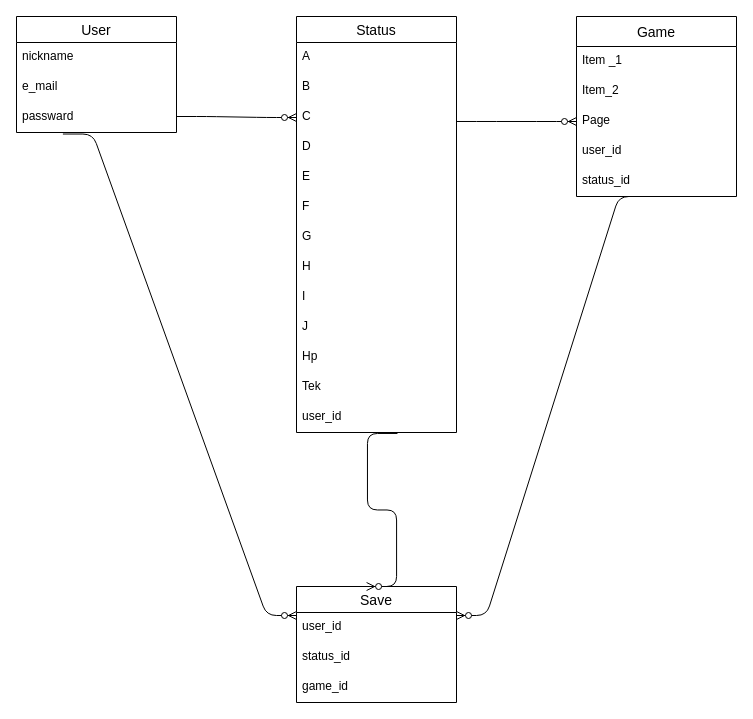
The draw.io diagram ER.dio in TercoTuckerd/gamebook-1, before the edit. Source tidied: cells renumbered, new cells numbered last; positions are measured from the earlier drawing's top-left corner, leaving out a move shared by most shapes. Both pictures are drawn from the tidied source at 100%, with x=0, y=0 at pixel (16, 16).
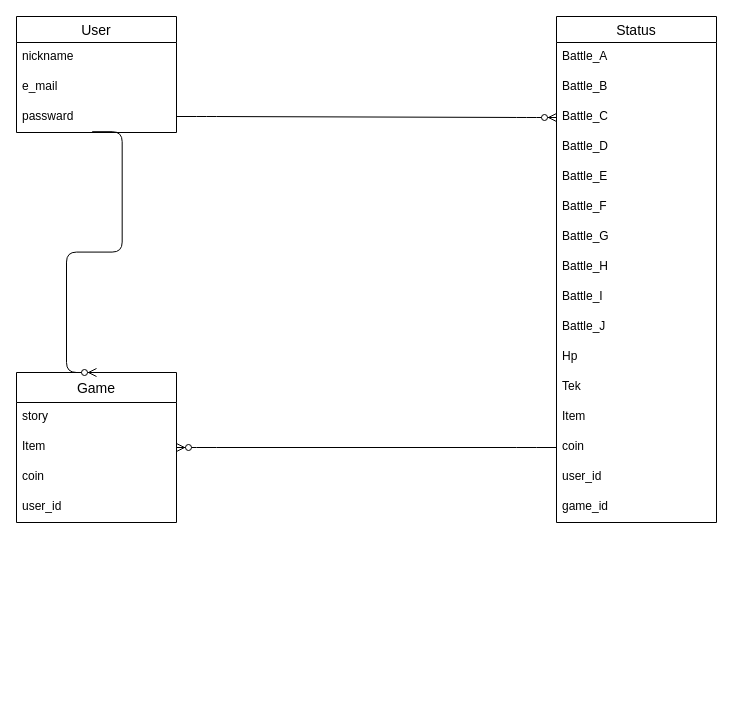
After the change.

The change refers to these unchanged cells:
```xml
<mxCell id="5" value="passward&#10;" style="text;strokeColor=none;fillColor=none;spacingLeft=4;spacingRight=4;overflow=hidden;points=[[0,0.5],[1,0.5]];portConstraint=eastwest;fontSize=12;" parent="2" vertex="1">
  <mxGeometry y="86" width="160" height="30" as="geometry" />
</mxCell>
```

Diff of the diagram source:
```diff
@@
     <mxCell id="6" value="Status" style="swimlane;fontStyle=0;horizontal=1;startSize=26;align=center;fontSize=14;" parent="1" vertex="1">
-      <mxGeometry x="280" width="160" height="416" as="geometry" />
+      <mxGeometry x="540" width="160" height="506" as="geometry" />
     </mxCell>
-    <mxCell id="7" value="A" style="text;strokeColor=none;fillColor=none;spacingLeft=4;spacingRight=4;overflow=hidden;fontSize=12;" parent="6" vertex="1">
+    <mxCell id="7" value="Battle_A" style="text;strokeColor=none;fillColor=none;spacingLeft=4;spacingRight=4;overflow=hidden;fontSize=12;" parent="6" vertex="1">
       <mxGeometry y="26" width="160" height="30" as="geometry" />
     </mxCell>
-    <mxCell id="8" value="B" style="text;strokeColor=none;fillColor=none;spacingLeft=4;spacingRight=4;overflow=hidden;fontSize=12;" parent="6" vertex="1">
+    <mxCell id="8" value="Battle_B" style="text;strokeColor=none;fillColor=none;spacingLeft=4;spacingRight=4;overflow=hidden;fontSize=12;" parent="6" vertex="1">
       <mxGeometry y="56" width="160" height="30" as="geometry" />
     </mxCell>
-    <mxCell id="9" value="C" style="text;strokeColor=none;fillColor=none;spacingLeft=4;spacingRight=4;overflow=hidden;points=[[0,0.5],[1,0.5]];portConstraint=eastwest;fontSize=12;" parent="6" vertex="1">
+    <mxCell id="9" value="Battle_C" style="text;strokeColor=none;fillColor=none;spacingLeft=4;spacingRight=4;overflow=hidden;points=[[0,0.5],[1,0.5]];portConstraint=eastwest;fontSize=12;" parent="6" vertex="1">
       <mxGeometry y="86" width="160" height="30" as="geometry" />
     </mxCell>
-    <mxCell id="10" value="D" style="text;strokeColor=none;fillColor=none;spacingLeft=4;spacingRight=4;overflow=hidden;fontSize=12;" parent="6" vertex="1">
+    <mxCell id="10" value="Battle_D" style="text;strokeColor=none;fillColor=none;spacingLeft=4;spacingRight=4;overflow=hidden;fontSize=12;" parent="6" vertex="1">
       <mxGeometry y="116" width="160" height="30" as="geometry" />
     </mxCell>
-    <mxCell id="11" value="E" style="text;strokeColor=none;fillColor=none;spacingLeft=4;spacingRight=4;overflow=hidden;fontSize=12;" parent="6" vertex="1">
+    <mxCell id="11" value="Battle_E" style="text;strokeColor=none;fillColor=none;spacingLeft=4;spacingRight=4;overflow=hidden;fontSize=12;" parent="6" vertex="1">
       <mxGeometry y="146" width="160" height="30" as="geometry" />
     </mxCell>
-    <mxCell id="12" value="F" style="text;strokeColor=none;fillColor=none;spacingLeft=4;spacingRight=4;overflow=hidden;fontSize=12;" parent="6" vertex="1">
+    <mxCell id="12" value="Battle_F" style="text;strokeColor=none;fillColor=none;spacingLeft=4;spacingRight=4;overflow=hidden;fontSize=12;" parent="6" vertex="1">
       <mxGeometry y="176" width="160" height="30" as="geometry" />
     </mxCell>
-    <mxCell id="13" value="G" style="text;strokeColor=none;fillColor=none;spacingLeft=4;spacingRight=4;overflow=hidden;fontSize=12;" parent="6" vertex="1">
+    <mxCell id="13" value="Battle_G" style="text;strokeColor=none;fillColor=none;spacingLeft=4;spacingRight=4;overflow=hidden;fontSize=12;" parent="6" vertex="1">
       <mxGeometry y="206" width="160" height="30" as="geometry" />
     </mxCell>
-    <mxCell id="14" value="H" style="text;strokeColor=none;fillColor=none;spacingLeft=4;spacingRight=4;overflow=hidden;fontSize=12;" parent="6" vertex="1">
+    <mxCell id="14" value="Battle_H" style="text;strokeColor=none;fillColor=none;spacingLeft=4;spacingRight=4;overflow=hidden;fontSize=12;" parent="6" vertex="1">
       <mxGeometry y="236" width="160" height="30" as="geometry" />
     </mxCell>
-    <mxCell id="15" value="I" style="text;strokeColor=none;fillColor=none;spacingLeft=4;spacingRight=4;overflow=hidden;fontSize=12;" parent="6" vertex="1">
+    <mxCell id="15" value="Battle_I" style="text;strokeColor=none;fillColor=none;spacingLeft=4;spacingRight=4;overflow=hidden;fontSize=12;" parent="6" vertex="1">
       <mxGeometry y="266" width="160" height="30" as="geometry" />
     </mxCell>
-    <mxCell id="16" value="J" style="text;strokeColor=none;fillColor=none;spacingLeft=4;spacingRight=4;overflow=hidden;fontSize=12;" parent="6" vertex="1">
+    <mxCell id="16" value="Battle_J" style="text;strokeColor=none;fillColor=none;spacingLeft=4;spacingRight=4;overflow=hidden;fontSize=12;" parent="6" vertex="1">
       <mxGeometry y="296" width="160" height="30" as="geometry" />
     </mxCell>
@@
+    <mxCell id="35" value="Item" style="text;strokeColor=none;fillColor=none;spacingLeft=4;spacingRight=4;overflow=hidden;fontSize=12;" parent="6" vertex="1">
+      <mxGeometry y="386" width="160" height="30" as="geometry" />
+    </mxCell>
+    <mxCell id="36" value="coin" style="text;strokeColor=none;fillColor=none;spacingLeft=4;spacingRight=4;overflow=hidden;points=[[0,0.5],[1,0.5]];portConstraint=eastwest;fontSize=12;" parent="6" vertex="1">
+      <mxGeometry y="416" width="160" height="30" as="geometry" />
+    </mxCell>
     <mxCell id="19" value="user_id" style="text;strokeColor=none;fillColor=none;spacingLeft=4;spacingRight=4;overflow=hidden;points=[[0,0.5],[1,0.5]];portConstraint=eastwest;fontSize=12;" parent="6" vertex="1">
-      <mxGeometry y="386" width="160" height="30" as="geometry" />
+      <mxGeometry y="446" width="160" height="30" as="geometry" />
     </mxCell>
+    <mxCell id="29" value="game_id" style="text;strokeColor=none;fillColor=none;spacingLeft=4;spacingRight=4;overflow=hidden;fontSize=12;" parent="6" vertex="1">
+      <mxGeometry y="476" width="160" height="30" as="geometry" />
+    </mxCell>
     <mxCell id="20" value="Game" style="swimlane;fontStyle=0;horizontal=1;startSize=30;align=center;fontSize=14;" parent="1" vertex="1">
-      <mxGeometry x="560" width="160" height="180" as="geometry" />
+      <mxGeometry y="356" width="160" height="150" as="geometry" />
     </mxCell>
+    <mxCell id="23" value="story" style="text;strokeColor=none;fillColor=none;spacingLeft=4;spacingRight=4;overflow=hidden;points=[[0,0.5],[1,0.5]];portConstraint=eastwest;fontSize=12;" parent="20" vertex="1">
+      <mxGeometry y="30" width="160" height="30" as="geometry" />
+    </mxCell>
-    <mxCell id="21" value="Item _1" style="text;strokeColor=none;fillColor=none;spacingLeft=4;spacingRight=4;overflow=hidden;points=[[0,0.5],[1,0.5]];portConstraint=eastwest;fontSize=12;" parent="20" vertex="1">
-      <mxGeometry y="30" width="160" height="30" as="geometry" />
+    <mxCell id="21" value="Item " style="text;strokeColor=none;fillColor=none;spacingLeft=4;spacingRight=4;overflow=hidden;points=[[0,0.5],[1,0.5]];portConstraint=eastwest;fontSize=12;" parent="20" vertex="1">
+      <mxGeometry y="60" width="160" height="30" as="geometry" />
     </mxCell>
-    <mxCell id="22" value="Item_2" style="text;strokeColor=none;fillColor=none;spacingLeft=4;spacingRight=4;overflow=hidden;fontSize=12;" parent="20" vertex="1">
-      <mxGeometry y="60" width="160" height="30" as="geometry" />
+    <mxCell id="22" value="coin" style="text;strokeColor=none;fillColor=none;spacingLeft=4;spacingRight=4;overflow=hidden;fontSize=12;" parent="20" vertex="1">
+      <mxGeometry y="90" width="160" height="30" as="geometry" />
     </mxCell>
-    <mxCell id="23" value="Page" style="text;strokeColor=none;fillColor=none;spacingLeft=4;spacingRight=4;overflow=hidden;points=[[0,0.5],[1,0.5]];portConstraint=eastwest;fontSize=12;" parent="20" vertex="1">
-      <mxGeometry y="90" width="160" height="30" as="geometry" />
-    </mxCell>
@@
-    <mxCell id="25" value="status_id" style="text;strokeColor=none;fillColor=none;spacingLeft=4;spacingRight=4;overflow=hidden;points=[[0,0.5],[1,0.5]];portConstraint=eastwest;fontSize=12;" parent="20" vertex="1">
-      <mxGeometry y="150" width="160" height="30" as="geometry" />
-    </mxCell>
-    <mxCell id="26" value="Save" style="swimlane;fontStyle=0;horizontal=1;startSize=26;align=center;fontSize=14;" parent="1" vertex="1">
-      <mxGeometry x="280" y="570" width="160" height="116" as="geometry" />
-    </mxCell>
-    <mxCell id="27" value="user_id" style="text;strokeColor=none;fillColor=none;spacingLeft=4;spacingRight=4;overflow=hidden;fontSize=12;" parent="26" vertex="1">
-      <mxGeometry y="26" width="160" height="30" as="geometry" />
-    </mxCell>
-    <mxCell id="28" value="status_id" style="text;strokeColor=none;fillColor=none;spacingLeft=4;spacingRight=4;overflow=hidden;fontSize=12;" parent="26" vertex="1">
-      <mxGeometry y="56" width="160" height="30" as="geometry" />
-    </mxCell>
-    <mxCell id="29" value="game_id" style="text;strokeColor=none;fillColor=none;spacingLeft=4;spacingRight=4;overflow=hidden;fontSize=12;" parent="26" vertex="1">
-      <mxGeometry y="86" width="160" height="30" as="geometry" />
-    </mxCell>
-    <mxCell id="30" style="edgeStyle=entityRelationEdgeStyle;fontSize=12;html=1;endArrow=ERzeroToMany;endFill=1;exitX=0.29;exitY=1.051;exitDx=0;exitDy=0;exitPerimeter=0;entryX=0;entryY=0.25;entryDx=0;entryDy=0;" parent="1" edge="1" source="5" target="26">
-      <mxGeometry relative="1" as="geometry" />
-    </mxCell>
-    <mxCell id="31" style="edgeStyle=entityRelationEdgeStyle;fontSize=12;html=1;endArrow=ERzeroToMany;endFill=1;exitX=0.452;exitY=1;exitDx=0;exitDy=0;exitPerimeter=0;entryX=1;entryY=0.25;entryDx=0;entryDy=0;" parent="1" edge="1" source="25" target="26">
-      <mxGeometry relative="1" as="geometry" />
-    </mxCell>
-    <mxCell id="32" style="edgeStyle=entityRelationEdgeStyle;fontSize=12;html=1;endArrow=ERzeroToMany;endFill=1;entryX=0.438;entryY=0;entryDx=0;entryDy=0;entryPerimeter=0;exitX=0.631;exitY=1.032;exitDx=0;exitDy=0;exitPerimeter=0;" parent="1" edge="1" source="19" target="26">
-      <mxGeometry relative="1" as="geometry" />
-    </mxCell>
@@
-    <mxCell id="34" style="edgeStyle=entityRelationEdgeStyle;fontSize=12;html=1;endArrow=ERzeroToMany;endFill=1;exitX=1;exitY=0.633;exitDx=0;exitDy=0;entryX=0;entryY=0.5;entryDx=0;entryDy=0;exitPerimeter=0;" parent="1" edge="1" source="9" target="23">
-      <mxGeometry relative="1" as="geometry" />
-    </mxCell>
+    <mxCell id="37" style="edgeStyle=entityRelationEdgeStyle;fontSize=12;html=1;endArrow=ERzeroToMany;endFill=1;exitX=0.473;exitY=0.973;exitDx=0;exitDy=0;exitPerimeter=0;entryX=0.5;entryY=0;entryDx=0;entryDy=0;" parent="1" edge="1" source="5" target="20">
+      <mxGeometry relative="1" as="geometry" />
+    </mxCell>
+    <mxCell id="38" style="edgeStyle=entityRelationEdgeStyle;fontSize=12;html=1;endArrow=ERzeroToMany;endFill=1;exitX=0;exitY=0.5;exitDx=0;exitDy=0;entryX=1;entryY=0.5;entryDx=0;entryDy=0;" parent="1" edge="1" source="36" target="21">
+      <mxGeometry relative="1" as="geometry" />
+    </mxCell>
```
